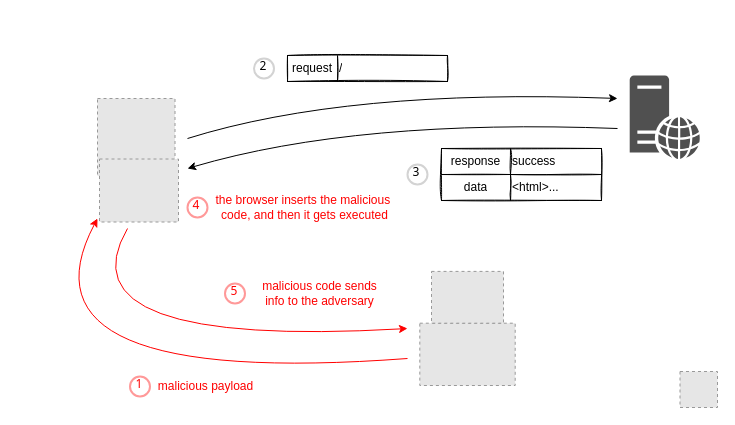
Before: content/dom-based-cross-site-scripting.drawio in qeeqbox/dom-based-cross-site-scripting, a draw.io diagram. Source tidied: cells renumbered, new cells numbered last; positions are measured from the earlier drawing's top-left corner, leaving out a move shared by most shapes. Both pictures are drawn from the tidied source at 100%, with x=0, y=0 at pixel (7, 17). Pictures stored in the file or linked from it are replaced by grey dashed boxes.
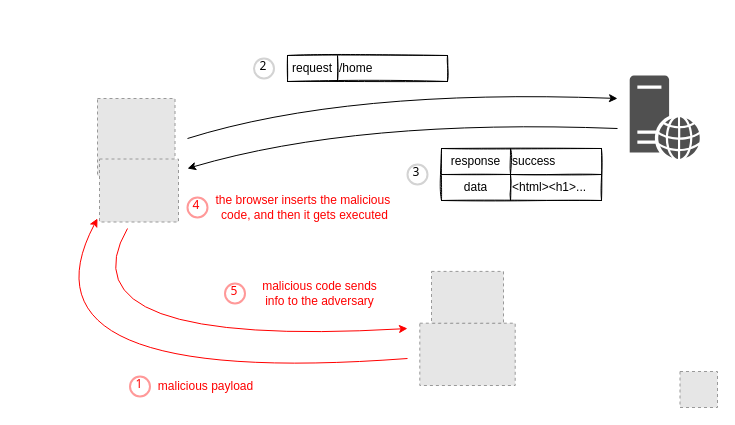
Above is the later version.

The change refers to these unchanged cells:
```xml
<mxCell id="15" style="shape=tableRow;horizontal=0;startSize=0;swimlaneHead=0;swimlaneBody=0;top=0;left=0;bottom=0;right=0;fillColor=none;" parent="14" vertex="1">
  <mxGeometry width="160" height="26" as="geometry" />
</mxCell>
<mxCell id="31" style="shape=tableRow;horizontal=0;startSize=0;swimlaneHead=0;swimlaneBody=0;top=0;left=0;bottom=0;right=0;fillColor=none;" parent="27" vertex="1">
  <mxGeometry y="26" width="160" height="26" as="geometry" />
</mxCell>
```

Change to the diagram source:
```diff
@@
-    <mxCell id="17" value="&lt;span style=&quot;text-align: center&quot;&gt;/&lt;/span&gt;" style="shape=partialRectangle;html=1;whiteSpace=wrap;fillColor=none;top=0;left=0;bottom=0;right=0;overflow=hidden;align=left;" parent="15" vertex="1">
+    <mxCell id="17" value="&lt;span style=&quot;text-align: center&quot;&gt;/home&lt;/span&gt;" style="shape=partialRectangle;html=1;whiteSpace=wrap;fillColor=none;top=0;left=0;bottom=0;right=0;overflow=hidden;align=left;" parent="15" vertex="1">
       <mxGeometry x="50" width="110" height="26" as="geometry" />
     </mxCell>
@@
-    <mxCell id="33" value="&amp;lt;html&amp;gt;..." style="shape=partialRectangle;html=1;whiteSpace=wrap;fillColor=none;top=0;left=0;bottom=0;right=0;overflow=hidden;align=left;" parent="31" vertex="1">
+    <mxCell id="33" value="&amp;lt;html&amp;gt;&amp;lt;h1&amp;gt;..." style="shape=partialRectangle;html=1;whiteSpace=wrap;fillColor=none;top=0;left=0;bottom=0;right=0;overflow=hidden;align=left;" parent="31" vertex="1">
       <mxGeometry x="69" width="91" height="26" as="geometry" />
     </mxCell>
```
